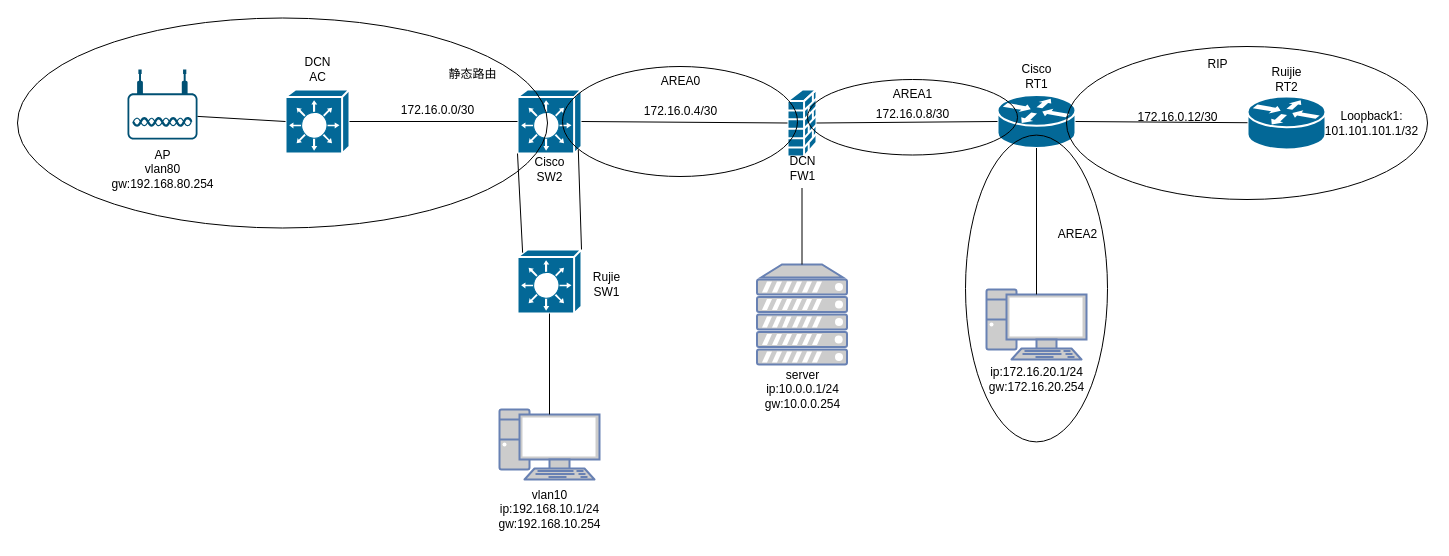
Earlier version of the draw.io diagram Network/top4.drawio (Naruterador/Networkt_topology). Source tidied: cells renumbered, new cells numbered last; positions are measured from the earlier drawing's top-left corner, leaving out a move shared by most shapes. Both pictures are drawn from the tidied source at 100%, with x=0, y=0 at pixel (17, 17).
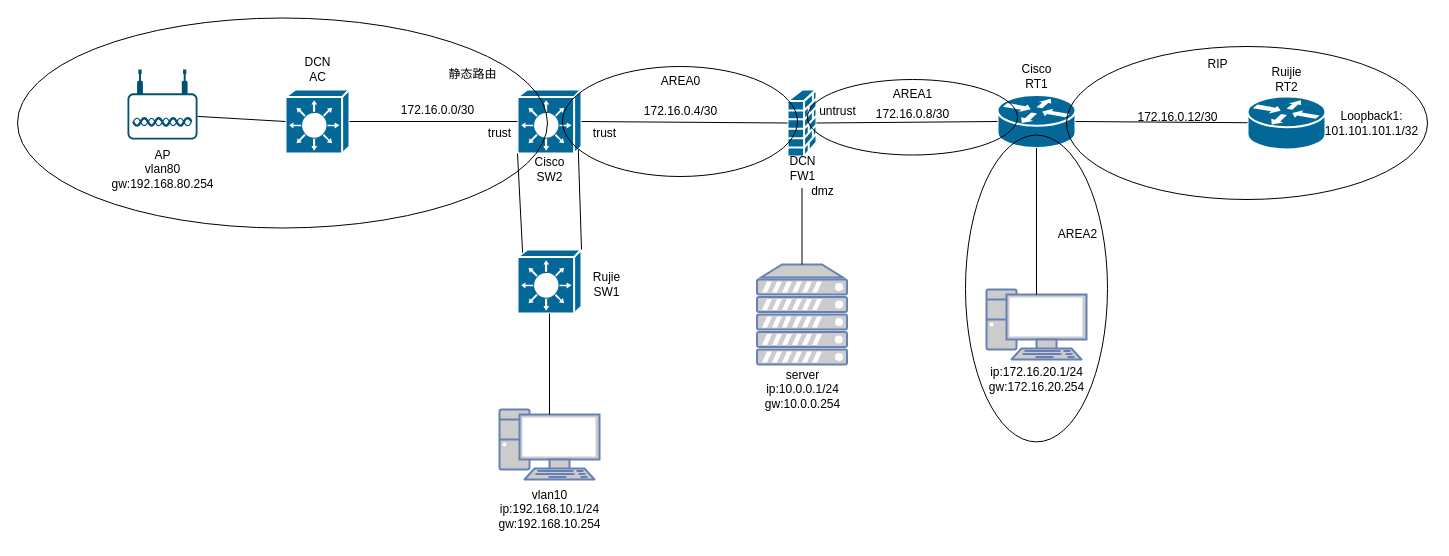
The same diagram, later.

What changed in the source:
```diff
@@
+    <mxCell id="47" value="trust" style="text;html=1;align=center;verticalAlign=middle;strokeColor=none;fillColor=none;" parent="1" vertex="1">
+      <mxGeometry x="457" y="100.5" width="50" height="30" as="geometry" />
+    </mxCell>
+    <mxCell id="48" value="trust" style="text;html=1;align=center;verticalAlign=middle;strokeColor=none;fillColor=none;" parent="1" vertex="1">
+      <mxGeometry x="562" y="100.5" width="50" height="30" as="geometry" />
+    </mxCell>
+    <mxCell id="49" value="dmz" style="text;html=1;align=center;verticalAlign=middle;strokeColor=none;fillColor=none;" parent="1" vertex="1">
+      <mxGeometry x="779.5" y="159" width="50" height="30" as="geometry" />
+    </mxCell>
+    <mxCell id="50" value="untrust" style="text;html=1;align=center;verticalAlign=middle;strokeColor=none;fillColor=none;" parent="1" vertex="1">
+      <mxGeometry x="790" y="79" width="60" height="30" as="geometry" />
+    </mxCell>
```
